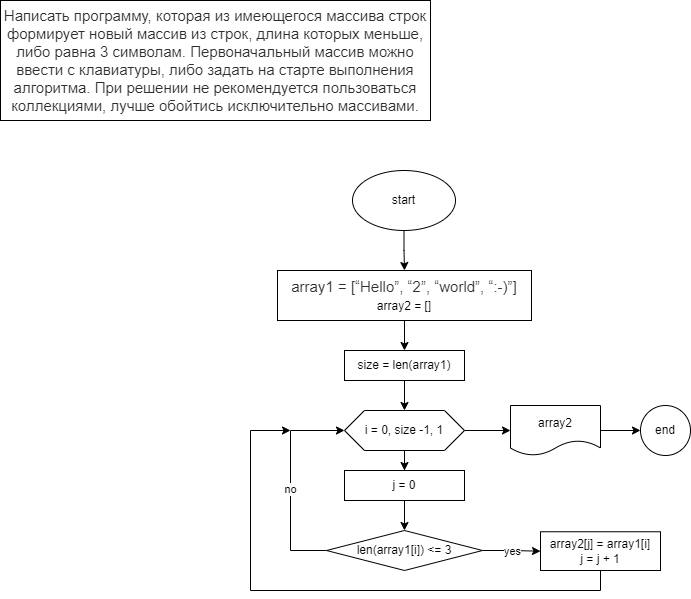
Above: Блок-схема.png in Lex5857/Final_control_work_07_04_2024 (draw.io), before the change. Source tidied: cells renumbered, new cells last; positions are measured from the earlier drawing's top-left corner, leaving out a move shared by most shapes.
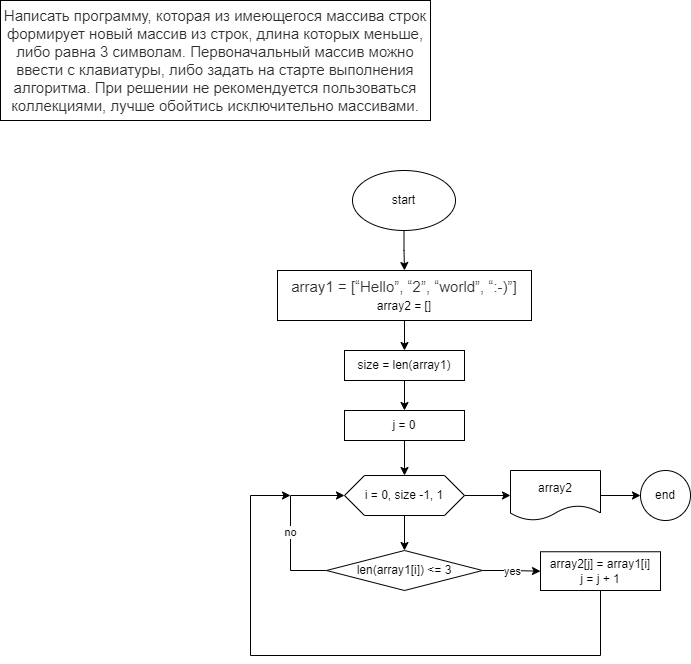
The same diagram one commit later.

Commit message:
Заменил Блок-схему

The edit, as a diff of the source:
```diff
@@ -20,18 +20,18 @@
     <mxCell id="7" style="edgeStyle=orthogonalEdgeStyle;rounded=0;orthogonalLoop=1;jettySize=auto;html=1;exitX=0.5;exitY=1;exitDx=0;exitDy=0;" parent="1" edge="1" source="6" target="6">
       <mxGeometry relative="1" as="geometry" />
     </mxCell>
-    <mxCell id="8" style="edgeStyle=orthogonalEdgeStyle;rounded=0;jettySize=auto;html=1;" parent="1" edge="1" source="10" target="21">
+    <mxCell id="8" style="edgeStyle=orthogonalEdgeStyle;rounded=0;jettySize=auto;html=1;entryX=0.5;entryY=0;entryDx=0;entryDy=0;" parent="1" edge="1" source="10" target="17">
       <mxGeometry relative="1" as="geometry" />
     </mxCell>
     <mxCell id="9" style="edgeStyle=orthogonalEdgeStyle;rounded=0;jettySize=auto;html=1;" parent="1" edge="1" source="10" target="23">
       <mxGeometry relative="1" as="geometry" />
     </mxCell>
     <mxCell id="10" value="i = 0, size -1, 1" style="shape=hexagon;perimeter=hexagonPerimeter2;whiteSpace=wrap;html=1;fixedSize=1;" parent="1" vertex="1">
-      <mxGeometry x="344" y="410" width="120" height="40" as="geometry" />
+      <mxGeometry x="344" y="475" width="120" height="40" as="geometry" />
     </mxCell>
-    <mxCell id="11" style="edgeStyle=orthogonalEdgeStyle;rounded=0;jettySize=auto;html=1;" parent="1" edge="1" source="12" target="10">
-      <mxGeometry relative="1" as="geometry" />
-    </mxCell>
+    <mxCell id="25" style="edgeStyle=orthogonalEdgeStyle;rounded=0;jettySize=auto;html=1;" parent="1" edge="1" source="12" target="21">
+      <mxGeometry relative="1" as="geometry" />
+    </mxCell>
     <mxCell id="12" value="size = len(array1)" style="rounded=0;whiteSpace=wrap;html=1;" parent="1" vertex="1">
       <mxGeometry x="344" y="350" width="120" height="30" as="geometry" />
     </mxCell>
@@ -44,44 +44,46 @@
     <mxCell id="15" style="edgeStyle=orthogonalEdgeStyle;rounded=0;jettySize=auto;html=1;entryX=0;entryY=0.5;entryDx=0;entryDy=0;" parent="1" edge="1" source="17" target="10">
       <mxGeometry relative="1" as="geometry">
         <Array as="points">
-          <mxPoint x="290" y="550" />
-          <mxPoint x="290" y="430" />
+          <mxPoint x="290" y="570" />
+          <mxPoint x="290" y="495" />
         </Array>
       </mxGeometry>
     </mxCell>
     <mxCell id="16" value="no" style="edgeLabel;html=1;align=center;verticalAlign=middle;" parent="15" vertex="1">
-      <mxGeometry x="-0.07" y="1" relative="1" as="geometry" />
+      <mxGeometry x="-0.07" y="1" relative="1" as="geometry">
+        <mxPoint y="2" as="offset" />
+      </mxGeometry>
     </mxCell>
     <mxCell id="17" value="len(array1[i]) &amp;lt;= 3" style="rhombus;whiteSpace=wrap;html=1;" parent="1" vertex="1">
-      <mxGeometry x="326" y="530" width="156" height="40" as="geometry" />
+      <mxGeometry x="326" y="550" width="156" height="40" as="geometry" />
     </mxCell>
     <mxCell id="18" style="edgeStyle=orthogonalEdgeStyle;rounded=0;jettySize=auto;html=1;" parent="1" edge="1" source="19">
       <mxGeometry relative="1" as="geometry">
-        <mxPoint x="290" y="430" as="targetPoint" />
+        <mxPoint x="290" y="495" as="targetPoint" />
         <Array as="points">
-          <mxPoint x="600" y="590" />
-          <mxPoint x="250" y="590" />
-          <mxPoint x="250" y="430" />
+          <mxPoint x="600" y="655" />
+          <mxPoint x="250" y="655" />
+          <mxPoint x="250" y="495" />
         </Array>
       </mxGeometry>
     </mxCell>
     <mxCell id="19" value="array2[j] = array1[i]&lt;div&gt;j = j + 1&lt;/div&gt;" style="rounded=0;whiteSpace=wrap;html=1;" parent="1" vertex="1">
-      <mxGeometry x="540" y="531.2" width="120" height="38.8" as="geometry" />
+      <mxGeometry x="540" y="551.2" width="120" height="38.8" as="geometry" />
     </mxCell>
-    <mxCell id="20" style="edgeStyle=orthogonalEdgeStyle;rounded=0;jettySize=auto;html=1;" parent="1" edge="1" source="21" target="17">
-      <mxGeometry relative="1" as="geometry" />
-    </mxCell>
-    <mxCell id="21" value="j = 0" style="rounded=0;whiteSpace=wrap;html=1;" parent="1" vertex="1">
-      <mxGeometry x="344" y="470" width="120" height="30" as="geometry" />
-    </mxCell>
     <mxCell id="22" style="edgeStyle=orthogonalEdgeStyle;rounded=0;jettySize=auto;html=1;" parent="1" edge="1" source="23" target="24">
       <mxGeometry relative="1" as="geometry" />
     </mxCell>
     <mxCell id="23" value="array2" style="shape=document;whiteSpace=wrap;html=1;boundedLbl=1;" parent="1" vertex="1">
-      <mxGeometry x="510" y="405" width="90" height="50" as="geometry" />
+      <mxGeometry x="510" y="470" width="90" height="50" as="geometry" />
     </mxCell>
     <mxCell id="24" value="end" style="ellipse;whiteSpace=wrap;html=1;" parent="1" vertex="1">
-      <mxGeometry x="640" y="405" width="50" height="50" as="geometry" />
+      <mxGeometry x="640" y="470" width="50" height="50" as="geometry" />
     </mxCell>
+    <mxCell id="26" style="edgeStyle=orthogonalEdgeStyle;rounded=0;jettySize=auto;html=1;" parent="1" edge="1" source="21" target="10">
+      <mxGeometry relative="1" as="geometry" />
+    </mxCell>
+    <mxCell id="21" value="j = 0" style="rounded=0;whiteSpace=wrap;html=1;" parent="1" vertex="1">
+      <mxGeometry x="344" y="410" width="120" height="30" as="geometry" />
+    </mxCell>
   </root>
 </mxGraphModel>
```
